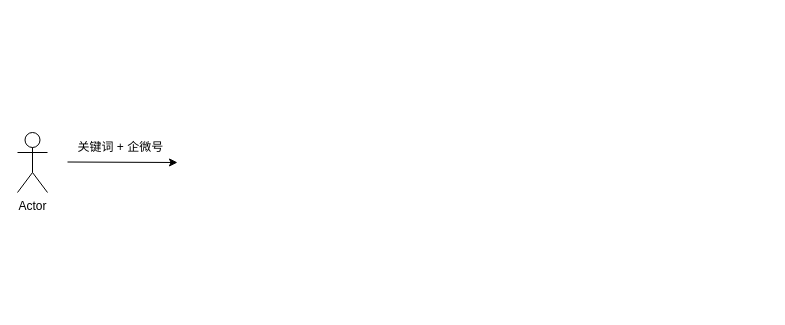
The draw.io diagram technology-solution/关键词回复.drawio in Rocky-Hu/document, before the edit. Source tidied: cells renumbered, new cells numbered last; positions are measured from the earlier drawing's top-left corner, leaving out a move shared by most shapes. Both pictures are drawn from the tidied source at 100%, with x=0, y=0 at pixel (17, 132).
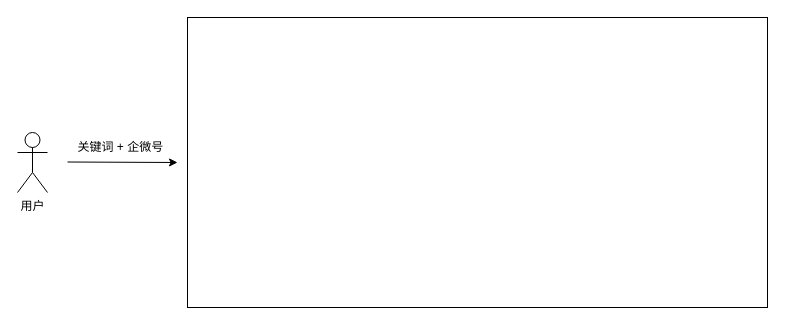
After the change.

Commit message (it also covers changes not shown here):
Update 关键词回复.drawio

Diff of the diagram source:
```diff
@@
 <mxGraphModel>
   <root>
     <mxCell id="0" />
     <mxCell id="1" parent="0" />
-    <mxCell id="2" value="Actor" style="shape=umlActor;verticalLabelPosition=bottom;verticalAlign=top;html=1;" parent="1" vertex="1">
+    <mxCell id="2" value="用户" style="shape=umlActor;verticalLabelPosition=bottom;verticalAlign=top;html=1;" parent="1" vertex="1">
       <mxGeometry width="30" height="60" as="geometry" />
     </mxCell>
     <mxCell id="3" style="endArrow=classic;html=1;" parent="1" edge="1">
       <mxGeometry relative="1" as="geometry">
         <mxPoint x="50" y="29.5" as="sourcePoint" />
         <mxPoint x="160" y="30" as="targetPoint" />
       </mxGeometry>
     </mxCell>
     <mxCell id="4" value="关键词 + 企微号&amp;nbsp;" style="text;html=1;strokeColor=none;fillColor=none;align=center;verticalAlign=middle;whiteSpace=wrap;rounded=0;" parent="1" vertex="1">
       <mxGeometry x="40" width="130" height="30" as="geometry" />
     </mxCell>
+    <mxCell id="5" style="rounded=0;whiteSpace=wrap;html=1;" parent="1" vertex="1">
+      <mxGeometry x="170" y="-115" width="580" height="290" as="geometry" />
+    </mxCell>
   </root>
 </mxGraphModel>
```
